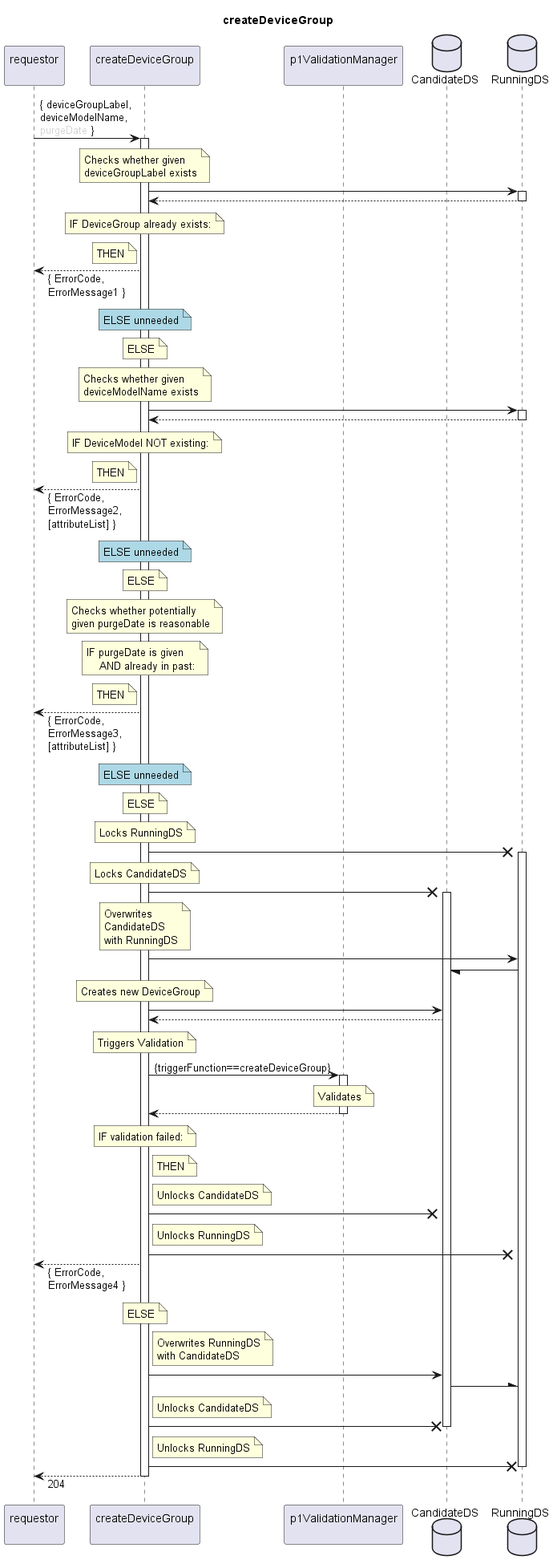
Before: spec/Services/createDeviceGroup/1.0.0/createDeviceGroup.png, a diagram exported from PlantUML (openBackhaul/FirmWareManager).
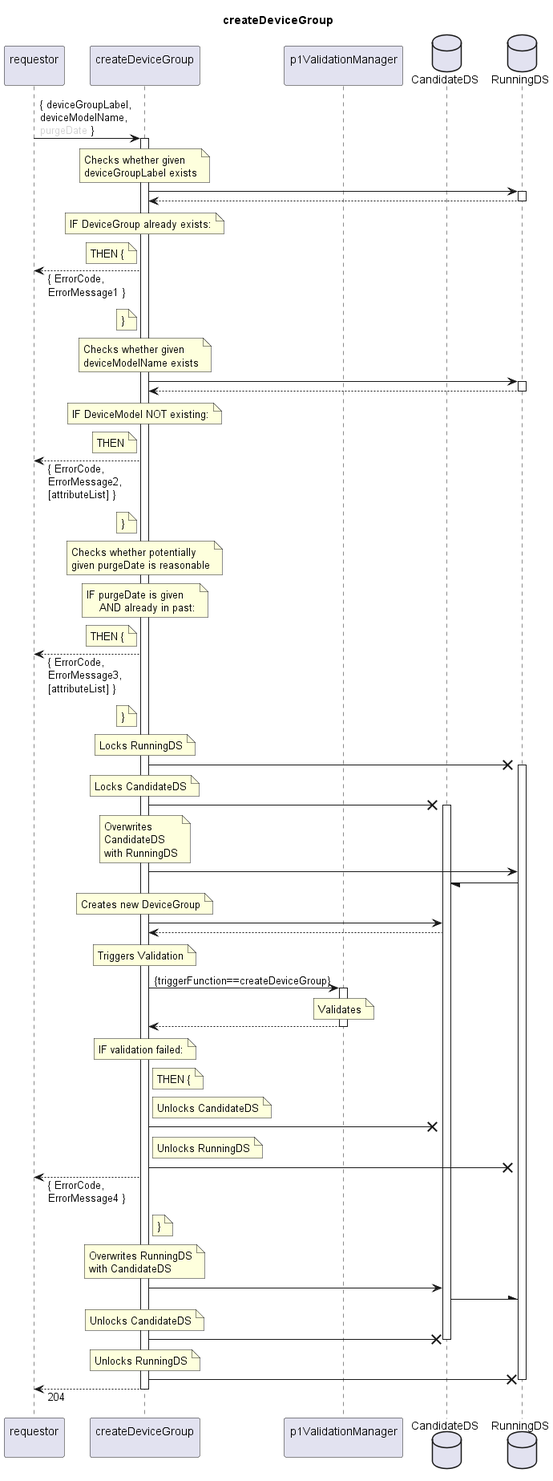
After the change.

Diff of the diagram source:
```diff
@@ -27,14 +27,11 @@
     IF DeviceGroup already exists:
   end note
   note left indServ
-    THEN
+    THEN {
   end note
   requestor <-- indServ: { ErrorCode,\nErrorMessage1 }
-  note over indServ #LightBlue
-    ELSE unneeded
-  end note
-  note over indServ
-    ELSE
+  note left indServ
+    }
   end note
 
   note over indServ
@@ -52,11 +49,8 @@
     THEN
   end note
   requestor <-- indServ: { ErrorCode,\nErrorMessage2,\n[attributeList] }
-  note over indServ #LightBlue
-    ELSE unneeded
-  end note
-  note over indServ
-    ELSE
+  note left indServ
+    }
   end note
 
   note over indServ
@@ -68,14 +62,11 @@
         AND already in past:
   end note
   note left indServ
-    THEN
+    THEN {
   end note
   requestor <-- indServ: { ErrorCode,\nErrorMessage3,\n[attributeList] }
-  note over indServ #LightBlue
-    ELSE unneeded
-  end note
-  note over indServ
-    ELSE
+  note left indServ
+    }
   end note
 
   note over indServ
@@ -116,7 +107,7 @@
     IF validation failed:
   end note
   note right indServ
-    THEN
+    THEN {
   end note
   note right indServ
     Unlocks CandidateDS
@@ -127,22 +118,22 @@
   end note
   indServ -X RunDS
   requestor <-- indServ: { ErrorCode,\nErrorMessage4 }
-  note over indServ
-    ELSE
+  note right indServ
+    }
   end note
 
-  note right indServ
+  note over indServ
     Overwrites RunningDS
     with CandidateDS
   end note
   indServ -> CanDS
   CanDS -\ RunDS
-  note right indServ
+  note over indServ
     Unlocks CandidateDS
   end note
   indServ -X CanDS
   deactivate CanDS
-  note right indServ
+  note over indServ
     Unlocks RunningDS
   end note
   indServ -X RunDS
```
